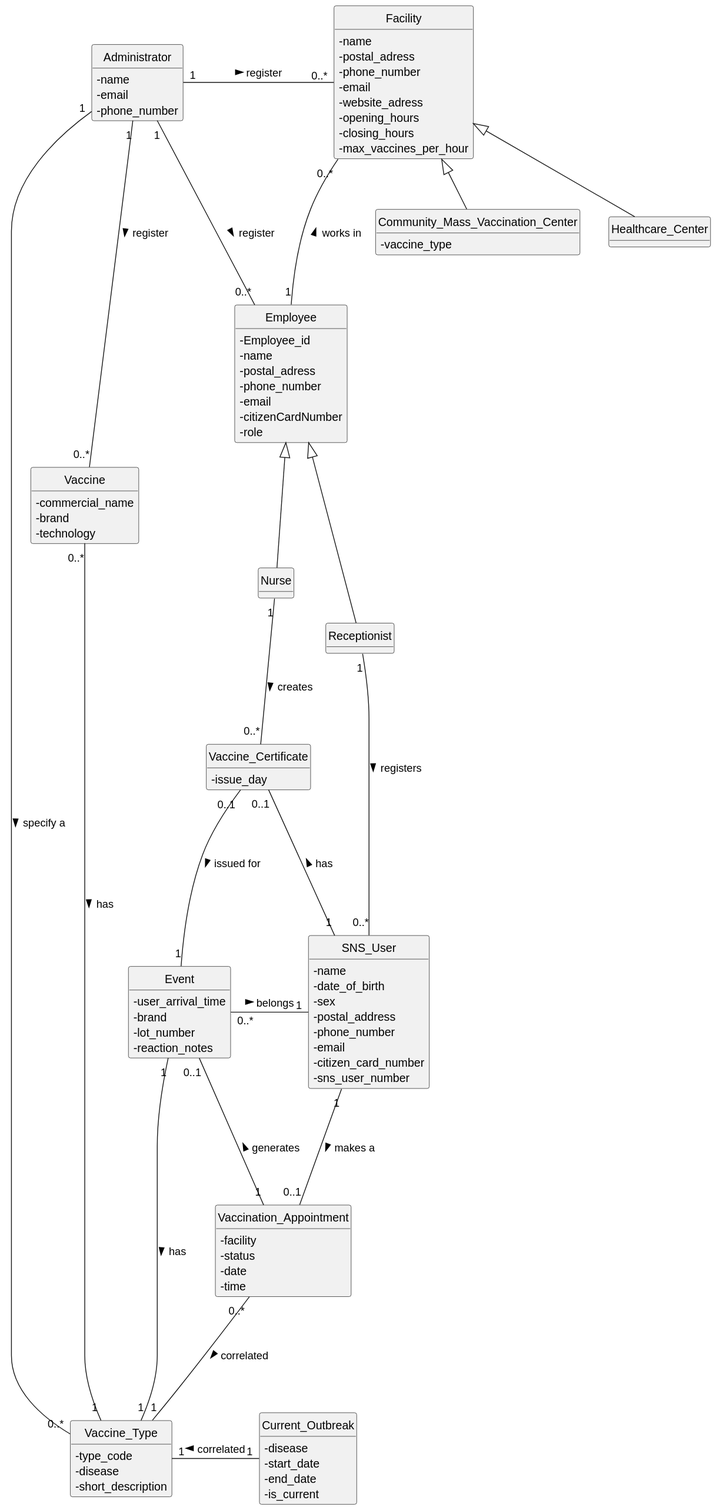
This is docs/system-documentation/global-artifacts/svg/DM.svg from Parafita123/leti-esoft-25-26-B1, a PlantUML export, as it was before one commit.
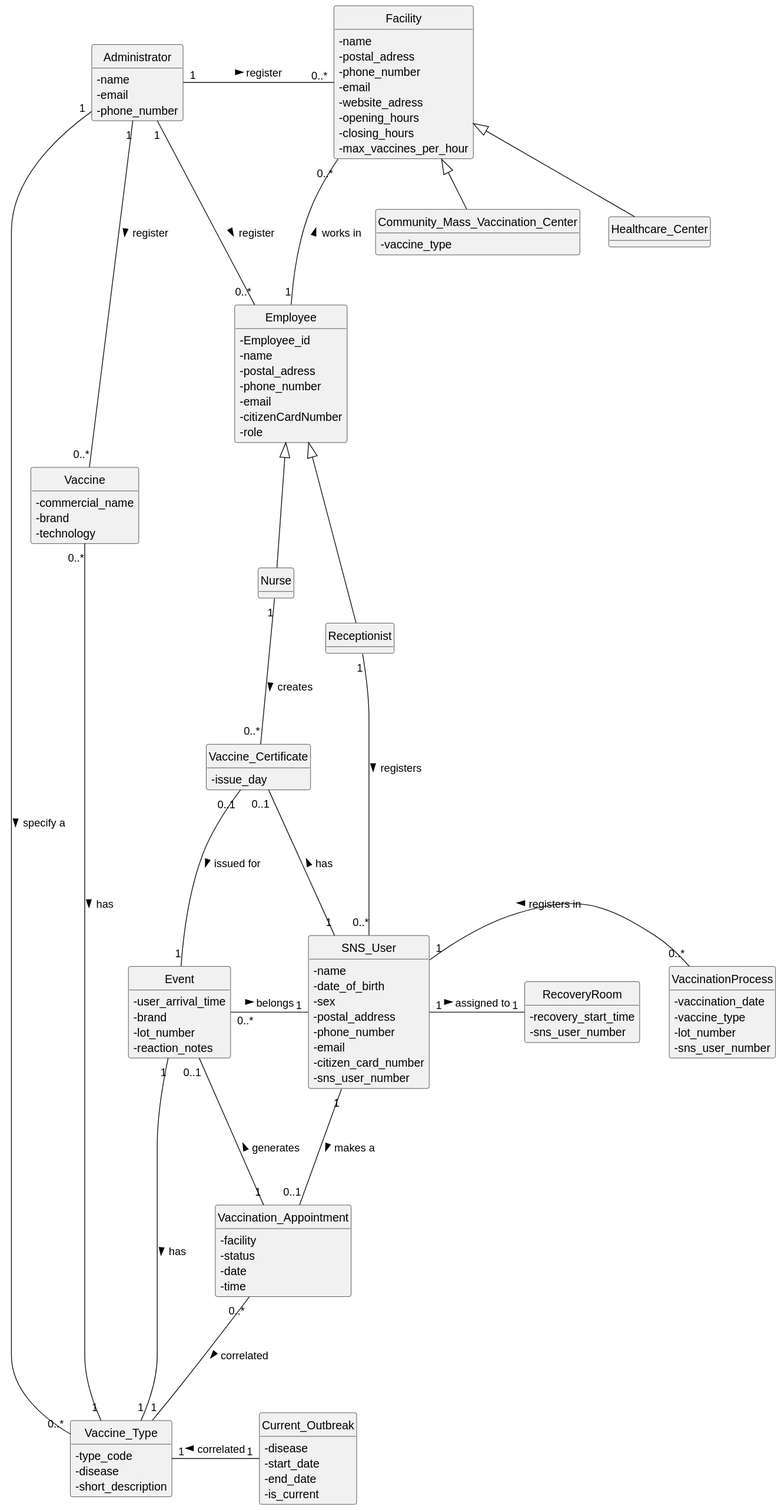
After the commit.

The edit, as a diff of the source:
```diff
@@ -2,8 +2,6 @@
 skinparam classAttributeIconSize 0
 hide circle
 hide methods
-
-
 
 class Vaccine {
     - commercial_name
@@ -38,7 +36,6 @@
     - role
 }
 
-
 class SNS_User {
     - name
     - date_of_birth
@@ -49,8 +46,6 @@
     - citizen_card_number
     - sns_user_number
 }
-
-
 
 class Vaccination_Appointment {
     - facility
@@ -67,19 +62,16 @@
 }
 
 class Community_Mass_Vaccination_Center {
- - vaccine_type
+    - vaccine_type
 }
 
 class Healthcare_Center {
 }
 
 class Nurse {
-
 }
 
 class Receptionist {
-
-
 }
 
 class Event {
@@ -97,6 +89,18 @@
 
 class Vaccine_Certificate {
     - issue_day
+}
+
+class VaccinationProcess {
+    - vaccination_date
+    - vaccine_type
+    - lot_number
+    - sns_user_number
+}
+
+class RecoveryRoom {
+    - recovery_start_time
+    - sns_user_number
 }
 
 Employee <|-- Nurse
@@ -136,4 +140,9 @@
 Event "1" -down-- "1" Vaccine_Type:has >
 
 SNS_User "1"  -left-- "0..1" Vaccine_Certificate: has >
+
+VaccinationProcess "0..*" -left-- "1" SNS_User: registers in >
+
+
+SNS_User "1" -right-- "1" RecoveryRoom: assigned to >
 @enduml
```
